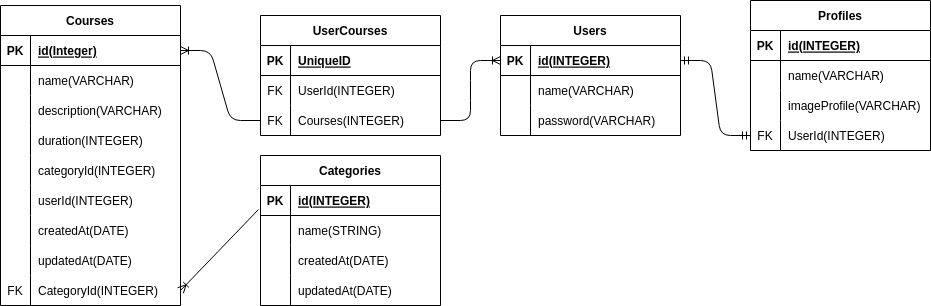
Before: schema.drawio.png, a diagram exported from draw.io (DimasAditya2/Team1). Source tidied: cells renumbered, new cells last; positions are measured from the earlier drawing's top-left corner, leaving out a move shared by most shapes.
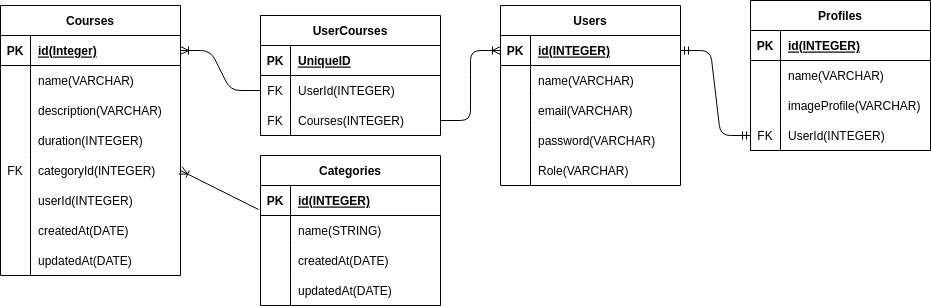
After the change.

Diff of the diagram source:
```diff
@@ -42,7 +42,7 @@
       <mxGeometry x="30" width="150" height="30" as="geometry" />
     </mxCell>
     <mxCell id="15" value="Courses" style="shape=table;startSize=30;rowLines=0;fontStyle=1;align=center;" parent="1" vertex="1">
-      <mxGeometry y="5" width="180" height="300" as="geometry" />
+      <mxGeometry y="5" width="180" height="270" as="geometry" />
     </mxCell>
     <mxCell id="16" style="shape=tableRow;horizontal=0;startSize=0;swimlaneHead=0;swimlaneBody=0;fillColor=none;points=[[0,0.5],[1,0.5]];portConstraint=eastwest;top=0;left=0;right=0;bottom=1;" parent="15" vertex="1">
       <mxGeometry y="30" width="180" height="30" as="geometry" />
@@ -83,7 +83,7 @@
     <mxCell id="28" style="shape=tableRow;horizontal=0;startSize=0;swimlaneHead=0;swimlaneBody=0;fillColor=none;points=[[0,0.5],[1,0.5]];portConstraint=eastwest;top=0;left=0;right=0;bottom=0;" parent="15" vertex="1">
       <mxGeometry y="150" width="180" height="30" as="geometry" />
     </mxCell>
-    <mxCell id="29" style="shape=partialRectangle;fillColor=none;top=0;left=0;bottom=0;right=0;overflow=hidden;" parent="28" vertex="1">
+    <mxCell id="29" value="FK" style="shape=partialRectangle;fillColor=none;top=0;left=0;bottom=0;right=0;overflow=hidden;" parent="28" vertex="1">
       <mxGeometry width="30" height="30" as="geometry" />
     </mxCell>
     <mxCell id="30" value="categoryId(INTEGER)" style="shape=partialRectangle;fillColor=none;top=0;left=0;bottom=0;right=0;align=left;spacingLeft=6;overflow=hidden;" parent="28" vertex="1">
@@ -116,15 +116,6 @@
     <mxCell id="39" value="updatedAt(DATE)" style="shape=partialRectangle;fillColor=none;top=0;left=0;bottom=0;right=0;align=left;spacingLeft=6;overflow=hidden;" parent="37" vertex="1">
       <mxGeometry x="30" width="150" height="30" as="geometry" />
     </mxCell>
-    <mxCell id="40" style="shape=tableRow;horizontal=0;startSize=0;swimlaneHead=0;swimlaneBody=0;fillColor=none;points=[[0,0.5],[1,0.5]];portConstraint=eastwest;top=0;left=0;right=0;bottom=0;" parent="15" vertex="1">
-      <mxGeometry y="270" width="180" height="30" as="geometry" />
-    </mxCell>
-    <mxCell id="41" value="FK" style="shape=partialRectangle;fillColor=none;top=0;left=0;bottom=0;right=0;overflow=hidden;" parent="40" vertex="1">
-      <mxGeometry width="30" height="30" as="geometry" />
-    </mxCell>
-    <mxCell id="42" value="CategoryId(INTEGER)" style="shape=partialRectangle;fillColor=none;top=0;left=0;bottom=0;right=0;align=left;spacingLeft=6;overflow=hidden;" parent="40" vertex="1">
-      <mxGeometry x="30" width="150" height="30" as="geometry" />
-    </mxCell>
     <mxCell id="43" value="Profiles" style="shape=table;startSize=30;rowLines=0;fontStyle=1;align=center;" parent="1" vertex="1">
       <mxGeometry x="750" width="180" height="150" as="geometry" />
     </mxCell>
@@ -164,11 +155,11 @@
     <mxCell id="55" value="UserId(INTEGER)" style="shape=partialRectangle;fillColor=none;top=0;left=0;bottom=0;right=0;align=left;spacingLeft=6;overflow=hidden;" parent="53" vertex="1">
       <mxGeometry x="30" width="150" height="30" as="geometry" />
     </mxCell>
-    <mxCell id="56" style="fontSize=12;html=1;endArrow=ERoneToMany;exitX=-0.011;exitY=0.8;exitDx=0;exitDy=0;exitPerimeter=0;entryX=1;entryY=0.5;entryDx=0;entryDy=0;" parent="1" edge="1" source="3" target="40">
+    <mxCell id="56" style="fontSize=12;html=1;endArrow=ERoneToMany;exitX=-0.011;exitY=0.8;exitDx=0;exitDy=0;exitPerimeter=0;entryX=1;entryY=0.5;entryDx=0;entryDy=0;" parent="1" edge="1" source="3" target="28">
       <mxGeometry relative="1" as="geometry" />
     </mxCell>
     <mxCell id="57" value="Users" style="shape=table;startSize=30;rowLines=0;fontStyle=1;align=center;" parent="1" vertex="1">
-      <mxGeometry x="500" y="15" width="180" height="120" as="geometry" />
+      <mxGeometry x="500" y="5" width="180" height="180" as="geometry" />
     </mxCell>
     <mxCell id="58" style="shape=tableRow;horizontal=0;startSize=0;swimlaneHead=0;swimlaneBody=0;fillColor=none;points=[[0,0.5],[1,0.5]];portConstraint=eastwest;top=0;left=0;right=0;bottom=1;" parent="57" vertex="1">
       <mxGeometry y="30" width="180" height="30" as="geometry" />
@@ -188,8 +179,17 @@
     <mxCell id="63" value="name(VARCHAR)" style="shape=partialRectangle;fillColor=none;top=0;left=0;bottom=0;right=0;align=left;spacingLeft=6;overflow=hidden;" parent="61" vertex="1">
       <mxGeometry x="30" width="150" height="30" as="geometry" />
     </mxCell>
+    <mxCell id="80" style="shape=tableRow;horizontal=0;startSize=0;swimlaneHead=0;swimlaneBody=0;fillColor=none;top=0;left=0;right=0;bottom=0;" parent="57" vertex="1">
+      <mxGeometry y="90" width="180" height="30" as="geometry" />
+    </mxCell>
+    <mxCell id="81" style="shape=partialRectangle;fillColor=none;top=0;left=0;bottom=0;right=0;overflow=hidden;" parent="80" vertex="1">
+      <mxGeometry width="30" height="30" as="geometry" />
+    </mxCell>
+    <mxCell id="82" value="email(VARCHAR)" style="shape=partialRectangle;fillColor=none;top=0;left=0;bottom=0;right=0;align=left;spacingLeft=6;overflow=hidden;" parent="80" vertex="1">
+      <mxGeometry x="30" width="150" height="30" as="geometry" />
+    </mxCell>
     <mxCell id="64" style="shape=tableRow;horizontal=0;startSize=0;swimlaneHead=0;swimlaneBody=0;fillColor=none;top=0;left=0;right=0;bottom=0;" parent="57" vertex="1">
-      <mxGeometry y="90" width="180" height="30" as="geometry" />
+      <mxGeometry y="120" width="180" height="30" as="geometry" />
     </mxCell>
     <mxCell id="65" style="shape=partialRectangle;fillColor=none;top=0;left=0;bottom=0;right=0;overflow=hidden;" parent="64" vertex="1">
       <mxGeometry width="30" height="30" as="geometry" />
@@ -197,6 +197,15 @@
     <mxCell id="66" value="password(VARCHAR)" style="shape=partialRectangle;fillColor=none;top=0;left=0;bottom=0;right=0;align=left;spacingLeft=6;overflow=hidden;" parent="64" vertex="1">
       <mxGeometry x="30" width="150" height="30" as="geometry" />
     </mxCell>
+    <mxCell id="83" style="shape=tableRow;horizontal=0;startSize=0;swimlaneHead=0;swimlaneBody=0;fillColor=none;top=0;left=0;right=0;bottom=0;" parent="57" vertex="1">
+      <mxGeometry y="150" width="180" height="30" as="geometry" />
+    </mxCell>
+    <mxCell id="84" style="shape=partialRectangle;fillColor=none;top=0;left=0;bottom=0;right=0;overflow=hidden;" parent="83" vertex="1">
+      <mxGeometry width="30" height="30" as="geometry" />
+    </mxCell>
+    <mxCell id="85" value="Role(VARCHAR)" style="shape=partialRectangle;fillColor=none;top=0;left=0;bottom=0;right=0;align=left;spacingLeft=6;overflow=hidden;" parent="83" vertex="1">
+      <mxGeometry x="30" width="150" height="30" as="geometry" />
+    </mxCell>
     <mxCell id="67" style="edgeStyle=entityRelationEdgeStyle;fontSize=12;html=1;endArrow=ERmandOne;startArrow=ERmandOne;exitX=1;exitY=0.5;exitDx=0;exitDy=0;entryX=0;entryY=0.5;entryDx=0;entryDy=0;" parent="1" edge="1" source="58" target="53">
       <mxGeometry relative="1" as="geometry" />
     </mxCell>
@@ -230,7 +239,7 @@
     <mxCell id="77" value="Courses(INTEGER)" style="shape=partialRectangle;fillColor=none;top=0;left=0;bottom=0;right=0;align=left;spacingLeft=6;overflow=hidden;" parent="75" vertex="1">
       <mxGeometry x="30" width="150" height="30" as="geometry" />
     </mxCell>
-    <mxCell id="78" style="edgeStyle=entityRelationEdgeStyle;fontSize=12;html=1;endArrow=ERoneToMany;entryX=1;entryY=0.5;entryDx=0;entryDy=0;" parent="1" edge="1" source="75" target="16">
+    <mxCell id="78" style="edgeStyle=entityRelationEdgeStyle;fontSize=12;html=1;endArrow=ERoneToMany;entryX=1;entryY=0.5;entryDx=0;entryDy=0;" parent="1" edge="1" source="72" target="16">
       <mxGeometry relative="1" as="geometry" />
     </mxCell>
     <mxCell id="79" style="edgeStyle=entityRelationEdgeStyle;fontSize=12;html=1;endArrow=ERoneToMany;entryX=0;entryY=0.5;entryDx=0;entryDy=0;" parent="1" edge="1" source="75" target="58">
```
